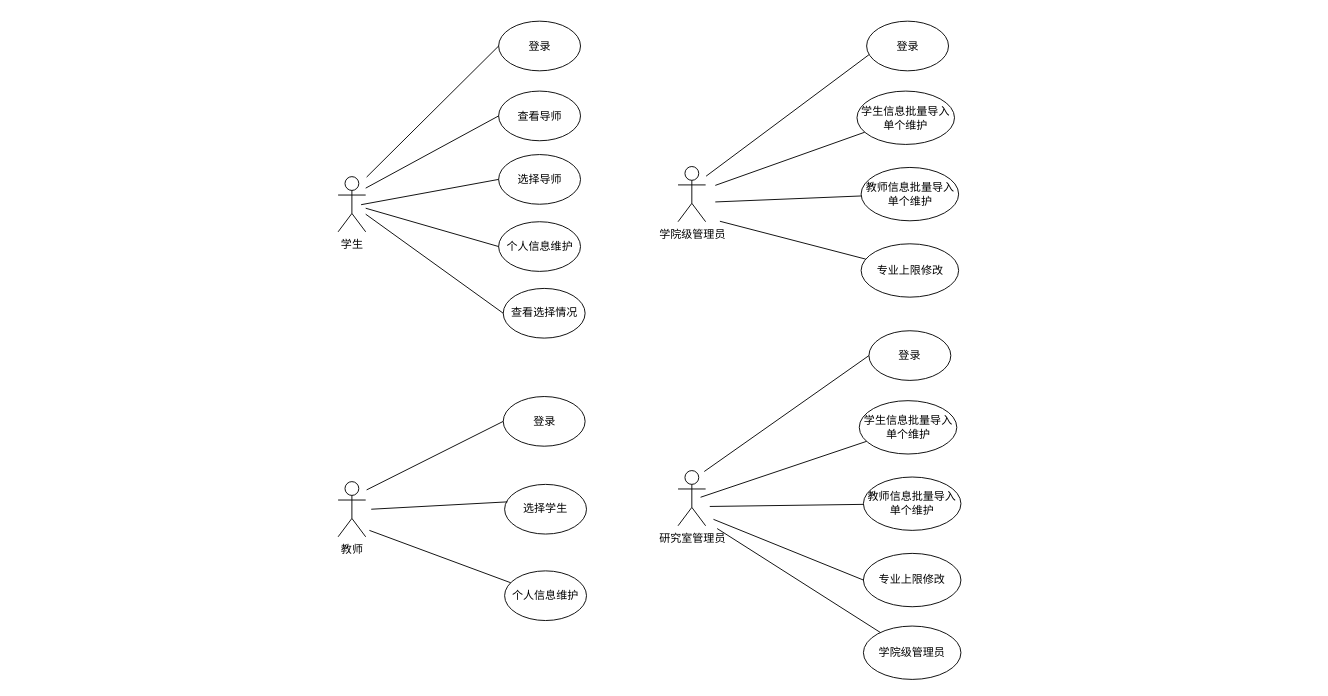
Earlier version of the draw.io diagram doc/graph/用例图.drawio (SteveYuOWO/psds-system). Source tidied: cells renumbered, new cells numbered last; positions are measured from the earlier drawing's top-left corner, leaving out a move shared by most shapes. Both pictures are drawn from the tidied source at 92%, with x=0, y=0 at pixel (338, 21).
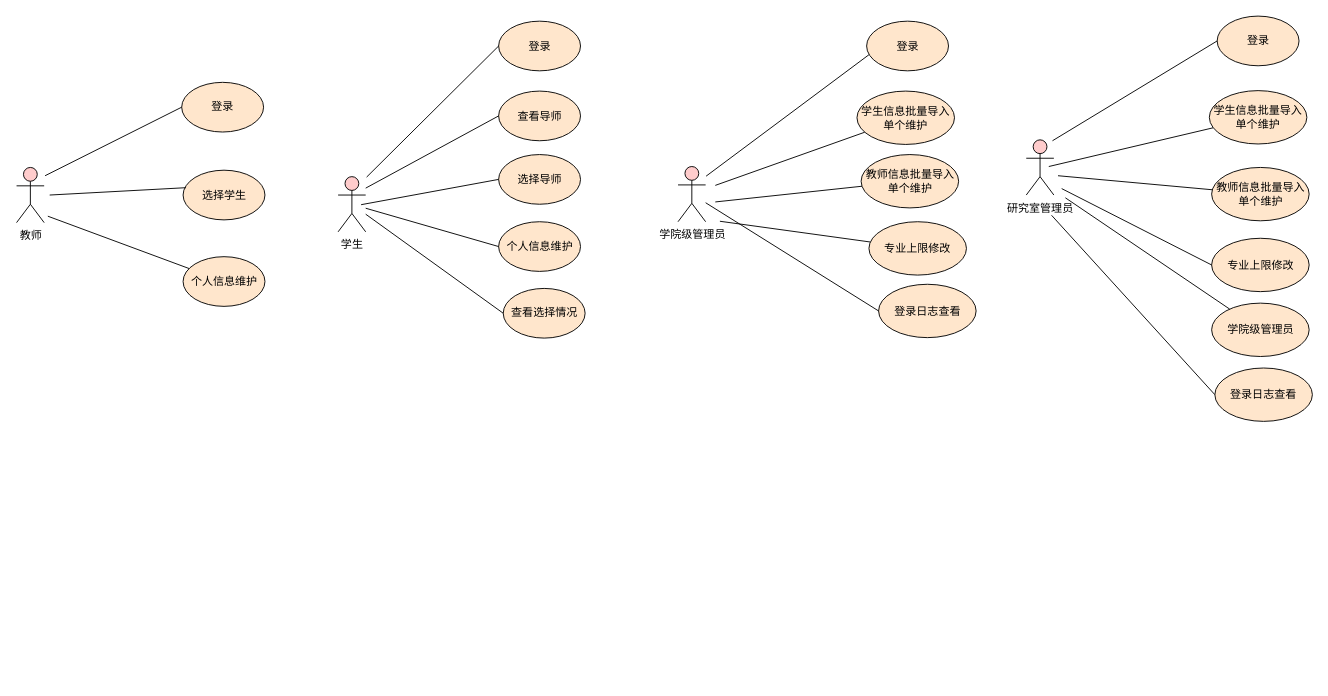
After the change.

Change to the diagram source:
```diff
@@
-    <mxCell id="2" value="&lt;font color=&quot;#000000&quot;&gt;学生&lt;/font&gt;" style="shape=umlActor;verticalLabelPosition=bottom;labelBackgroundColor=#ffffff;verticalAlign=top;html=1;outlineConnect=0;" parent="1" vertex="1">
+    <mxCell id="2" value="&lt;font color=&quot;#000000&quot;&gt;学生&lt;/font&gt;" style="shape=umlActor;verticalLabelPosition=bottom;labelBackgroundColor=#ffffff;verticalAlign=top;html=1;outlineConnect=0;fillColor=#FFCCCC;" parent="1" vertex="1">
       <mxGeometry y="168.5" width="30" height="60" as="geometry" />
     </mxCell>
-    <mxCell id="3" value="&lt;font color=&quot;#000000&quot;&gt;教师&lt;/font&gt;" style="shape=umlActor;verticalLabelPosition=bottom;labelBackgroundColor=#ffffff;verticalAlign=top;html=1;" parent="1" vertex="1">
-      <mxGeometry y="500" width="30" height="60" as="geometry" />
+    <mxCell id="3" value="&lt;font color=&quot;#000000&quot;&gt;教师&lt;/font&gt;" style="shape=umlActor;verticalLabelPosition=bottom;labelBackgroundColor=#ffffff;verticalAlign=top;html=1;fillColor=#FFCCCC;" parent="1" vertex="1">
+      <mxGeometry x="-349.5" y="158.5" width="30" height="60" as="geometry" />
     </mxCell>
-    <mxCell id="4" value="&lt;font color=&quot;#000000&quot;&gt;学院级管理员&lt;/font&gt;" style="shape=umlActor;verticalLabelPosition=bottom;labelBackgroundColor=#ffffff;verticalAlign=top;html=1;outlineConnect=0;" parent="1" vertex="1">
+    <mxCell id="4" value="&lt;font color=&quot;#000000&quot;&gt;学院级管理员&lt;/font&gt;" style="shape=umlActor;verticalLabelPosition=bottom;labelBackgroundColor=#ffffff;verticalAlign=top;html=1;outlineConnect=0;fillColor=#FFCCCC;" parent="1" vertex="1">
       <mxGeometry x="369.5" y="157.5" width="30" height="60" as="geometry" />
     </mxCell>
-    <mxCell id="5" value="&lt;font color=&quot;#000000&quot;&gt;研究室管理员&lt;/font&gt;" style="shape=umlActor;verticalLabelPosition=bottom;labelBackgroundColor=#ffffff;verticalAlign=top;html=1;" parent="1" vertex="1">
-      <mxGeometry x="369.5" y="488" width="30" height="60" as="geometry" />
+    <mxCell id="5" value="&lt;font color=&quot;#000000&quot;&gt;研究室管理员&lt;/font&gt;" style="shape=umlActor;verticalLabelPosition=bottom;labelBackgroundColor=#ffffff;verticalAlign=top;html=1;fillColor=#FFCCCC;" parent="1" vertex="1">
+      <mxGeometry x="748" y="128.5" width="30" height="60" as="geometry" />
     </mxCell>
-    <mxCell id="6" value="登录" style="ellipse;whiteSpace=wrap;html=1;" parent="1" vertex="1">
+    <mxCell id="6" value="登录" style="ellipse;whiteSpace=wrap;html=1;fillColor=#FFE6CC;" parent="1" vertex="1">
       <mxGeometry x="174.5" y="-0.5" width="89" height="54" as="geometry" />
     </mxCell>
-    <mxCell id="7" value="查看导师" style="ellipse;whiteSpace=wrap;html=1;" parent="1" vertex="1">
+    <mxCell id="7" value="查看导师" style="ellipse;whiteSpace=wrap;html=1;fillColor=#FFE6CC;" parent="1" vertex="1">
       <mxGeometry x="174.5" y="75.5" width="89" height="54" as="geometry" />
     </mxCell>
-    <mxCell id="8" value="选择导师" style="ellipse;whiteSpace=wrap;html=1;" parent="1" vertex="1">
+    <mxCell id="8" value="选择导师" style="ellipse;whiteSpace=wrap;html=1;fillColor=#FFE6CC;" parent="1" vertex="1">
       <mxGeometry x="174.5" y="144.5" width="89" height="54" as="geometry" />
     </mxCell>
-    <mxCell id="9" value="查看选择情况" style="ellipse;whiteSpace=wrap;html=1;" parent="1" vertex="1">
+    <mxCell id="9" value="查看选择情况" style="ellipse;whiteSpace=wrap;html=1;fillColor=#FFE6CC;" parent="1" vertex="1">
       <mxGeometry x="179.5" y="290" width="89" height="54" as="geometry" />
     </mxCell>
-    <mxCell id="10" value="个人信息维护" style="ellipse;whiteSpace=wrap;html=1;" parent="1" vertex="1">
+    <mxCell id="10" value="个人信息维护" style="ellipse;whiteSpace=wrap;html=1;fillColor=#FFE6CC;" parent="1" vertex="1">
       <mxGeometry x="174.5" y="217.5" width="89" height="54" as="geometry" />
     </mxCell>
@@
-    <mxCell id="16" value="登录" style="ellipse;whiteSpace=wrap;html=1;" parent="1" vertex="1">
-      <mxGeometry x="179.5" y="407.5" width="89" height="54" as="geometry" />
+    <mxCell id="16" value="登录" style="ellipse;whiteSpace=wrap;html=1;fillColor=#FFE6CC;" parent="1" vertex="1">
+      <mxGeometry x="-170" y="66" width="89" height="54" as="geometry" />
     </mxCell>
-    <mxCell id="17" value="学生信息批量导入&lt;br&gt;单个维护" style="ellipse;whiteSpace=wrap;html=1;" parent="1" vertex="1">
+    <mxCell id="17" value="学生信息批量导入&lt;br&gt;单个维护" style="ellipse;whiteSpace=wrap;html=1;fillColor=#FFE6CC;" parent="1" vertex="1">
       <mxGeometry x="564" y="75.5" width="106" height="58" as="geometry" />
     </mxCell>
-    <mxCell id="18" value="教师信息批量导入&lt;br&gt;单个维护" style="ellipse;whiteSpace=wrap;html=1;" parent="1" vertex="1">
-      <mxGeometry x="568.5" y="158.5" width="106" height="58" as="geometry" />
+    <mxCell id="18" value="教师信息批量导入&lt;br&gt;单个维护" style="ellipse;whiteSpace=wrap;html=1;fillColor=#FFE6CC;" parent="1" vertex="1">
+      <mxGeometry x="568.5" y="144.5" width="106" height="58" as="geometry" />
     </mxCell>
-    <mxCell id="19" value="专业上限修改" style="ellipse;whiteSpace=wrap;html=1;" parent="1" vertex="1">
-      <mxGeometry x="568.5" y="241.5" width="106" height="58" as="geometry" />
+    <mxCell id="19" value="专业上限修改" style="ellipse;whiteSpace=wrap;html=1;fillColor=#FFE6CC;" parent="1" vertex="1">
+      <mxGeometry x="577" y="217.5" width="106" height="58" as="geometry" />
     </mxCell>
-    <mxCell id="20" value="选择学生" style="ellipse;whiteSpace=wrap;html=1;" parent="1" vertex="1">
-      <mxGeometry x="181" y="503" width="89" height="54" as="geometry" />
+    <mxCell id="20" value="选择学生" style="ellipse;whiteSpace=wrap;html=1;fillColor=#FFE6CC;" parent="1" vertex="1">
+      <mxGeometry x="-168.5" y="161.5" width="89" height="54" as="geometry" />
     </mxCell>
-    <mxCell id="21" value="个人信息维护" style="ellipse;whiteSpace=wrap;html=1;" parent="1" vertex="1">
-      <mxGeometry x="181" y="597" width="89" height="54" as="geometry" />
+    <mxCell id="21" value="个人信息维护" style="ellipse;whiteSpace=wrap;html=1;fillColor=#FFE6CC;" parent="1" vertex="1">
+      <mxGeometry x="-168.5" y="255.5" width="89" height="54" as="geometry" />
     </mxCell>
     <mxCell id="22" style="endArrow=none;html=1;entryX=0;entryY=0.5;entryDx=0;entryDy=0;" parent="1" edge="1" target="16">
       <mxGeometry relative="1" as="geometry">
-        <mxPoint x="31" y="509" as="sourcePoint" />
+        <mxPoint x="-318.5" y="167.5" as="sourcePoint" />
       </mxGeometry>
     </mxCell>
     <mxCell id="23" style="endArrow=none;html=1;entryX=0.034;entryY=0.352;entryDx=0;entryDy=0;entryPerimeter=0;" parent="1" edge="1" target="20">
       <mxGeometry relative="1" as="geometry">
-        <mxPoint x="36" y="530" as="sourcePoint" />
+        <mxPoint x="-313.5" y="188.5" as="sourcePoint" />
       </mxGeometry>
     </mxCell>
     <mxCell id="24" style="endArrow=none;html=1;" parent="1" edge="1" target="21">
       <mxGeometry relative="1" as="geometry">
-        <mxPoint x="34" y="553" as="sourcePoint" />
+        <mxPoint x="-315.5" y="211.5" as="sourcePoint" />
       </mxGeometry>
     </mxCell>
-    <mxCell id="25" value="登录" style="ellipse;whiteSpace=wrap;html=1;" parent="1" vertex="1">
+    <mxCell id="25" value="登录" style="ellipse;whiteSpace=wrap;html=1;fillColor=#FFE6CC;" parent="1" vertex="1">
       <mxGeometry x="574.5" y="-0.5" width="89" height="54" as="geometry" />
     </mxCell>
-    <mxCell id="26" value="学生信息批量导入&lt;br&gt;单个维护" style="ellipse;whiteSpace=wrap;html=1;" parent="1" vertex="1">
-      <mxGeometry x="566.5" y="412" width="106" height="58" as="geometry" />
+    <mxCell id="26" value="学生信息批量导入&lt;br&gt;单个维护" style="ellipse;whiteSpace=wrap;html=1;fillColor=#FFE6CC;" parent="1" vertex="1">
+      <mxGeometry x="947" y="75" width="106" height="58" as="geometry" />
     </mxCell>
-    <mxCell id="27" value="教师信息批量导入&lt;br&gt;单个维护" style="ellipse;whiteSpace=wrap;html=1;" parent="1" vertex="1">
-      <mxGeometry x="571" y="495" width="106" height="58" as="geometry" />
+    <mxCell id="27" value="教师信息批量导入&lt;br&gt;单个维护" style="ellipse;whiteSpace=wrap;html=1;fillColor=#FFE6CC;" parent="1" vertex="1">
+      <mxGeometry x="949.5" y="158.5" width="106" height="58" as="geometry" />
     </mxCell>
-    <mxCell id="28" value="专业上限修改" style="ellipse;whiteSpace=wrap;html=1;" parent="1" vertex="1">
-      <mxGeometry x="571" y="578" width="106" height="58" as="geometry" />
+    <mxCell id="28" value="专业上限修改" style="ellipse;whiteSpace=wrap;html=1;fillColor=#FFE6CC;" parent="1" vertex="1">
+      <mxGeometry x="949.5" y="235.5" width="106" height="58" as="geometry" />
     </mxCell>
-    <mxCell id="29" value="登录" style="ellipse;whiteSpace=wrap;html=1;" parent="1" vertex="1">
-      <mxGeometry x="577" y="336" width="89" height="54" as="geometry" />
+    <mxCell id="29" value="登录" style="ellipse;whiteSpace=wrap;html=1;fillColor=#FFE6CC;" parent="1" vertex="1">
+      <mxGeometry x="955.5" y="-6" width="89" height="54" as="geometry" />
     </mxCell>
-    <mxCell id="30" value="学院级管理员" style="ellipse;whiteSpace=wrap;html=1;" parent="1" vertex="1">
-      <mxGeometry x="571" y="657" width="106" height="58" as="geometry" />
+    <mxCell id="30" value="学院级管理员" style="ellipse;whiteSpace=wrap;html=1;fillColor=#FFE6CC;" parent="1" vertex="1">
+      <mxGeometry x="949.5" y="306" width="106" height="58" as="geometry" />
     </mxCell>
@@
     <mxCell id="35" style="endArrow=none;html=1;entryX=0;entryY=0.5;entryDx=0;entryDy=0;" parent="1" edge="1" target="29">
       <mxGeometry relative="1" as="geometry">
-        <mxPoint x="398" y="489" as="sourcePoint" />
+        <mxPoint x="776.5" y="129.5" as="sourcePoint" />
       </mxGeometry>
     </mxCell>
     <mxCell id="36" style="endArrow=none;html=1;" parent="1" edge="1" target="26">
       <mxGeometry relative="1" as="geometry">
-        <mxPoint x="394" y="517" as="sourcePoint" />
+        <mxPoint x="772.5" y="157.5" as="sourcePoint" />
       </mxGeometry>
     </mxCell>
     <mxCell id="37" style="endArrow=none;html=1;" parent="1" edge="1" target="27">
       <mxGeometry relative="1" as="geometry">
-        <mxPoint x="404" y="527" as="sourcePoint" />
+        <mxPoint x="782.5" y="167.5" as="sourcePoint" />
       </mxGeometry>
     </mxCell>
     <mxCell id="38" style="endArrow=none;html=1;entryX=0;entryY=0.5;entryDx=0;entryDy=0;" parent="1" edge="1" target="28">
       <mxGeometry relative="1" as="geometry">
-        <mxPoint x="408" y="541" as="sourcePoint" />
+        <mxPoint x="786.5" y="181.5" as="sourcePoint" />
       </mxGeometry>
     </mxCell>
     <mxCell id="39" style="endArrow=none;html=1;" parent="1" edge="1" target="30">
       <mxGeometry relative="1" as="geometry">
-        <mxPoint x="412" y="551" as="sourcePoint" />
+        <mxPoint x="790.5" y="191.5" as="sourcePoint" />
       </mxGeometry>
     </mxCell>
+    <mxCell id="40" value="登录日志查看" style="ellipse;whiteSpace=wrap;html=1;fillColor=#FFE6CC;" parent="1" vertex="1">
+      <mxGeometry x="953" y="376.5" width="106" height="58" as="geometry" />
+    </mxCell>
+    <mxCell id="41" value="登录日志查看" style="ellipse;whiteSpace=wrap;html=1;fillColor=#FFE6CC;" parent="1" vertex="1">
+      <mxGeometry x="587.5" y="285.5" width="106" height="58" as="geometry" />
+    </mxCell>
+    <mxCell id="42" style="endArrow=none;html=1;entryX=0;entryY=0.5;entryDx=0;entryDy=0;" parent="1" edge="1" target="40">
+      <mxGeometry relative="1" as="geometry">
+        <mxPoint x="775.5" y="210.5" as="sourcePoint" />
+      </mxGeometry>
+    </mxCell>
+    <mxCell id="43" style="endArrow=none;html=1;entryX=0;entryY=0.5;entryDx=0;entryDy=0;" parent="1" edge="1" source="4" target="41">
+      <mxGeometry relative="1" as="geometry" />
+    </mxCell>
```
